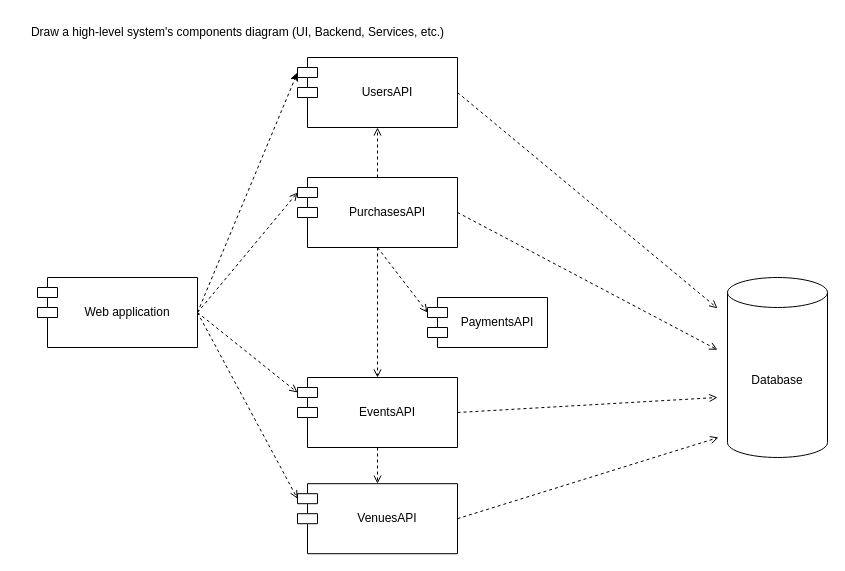
This is page "Components" (1 of 5) of docs/Diagrams.drawio from leg0ushque/ticket-management, a draw.io file, before an edit. Source tidied: cells renumbered, new cells numbered last; positions are measured from the earlier drawing's top-left corner, leaving out a move shared by most shapes. Both pictures are drawn from the tidied source at 100%, with x=0, y=0 at pixel (17, 17).
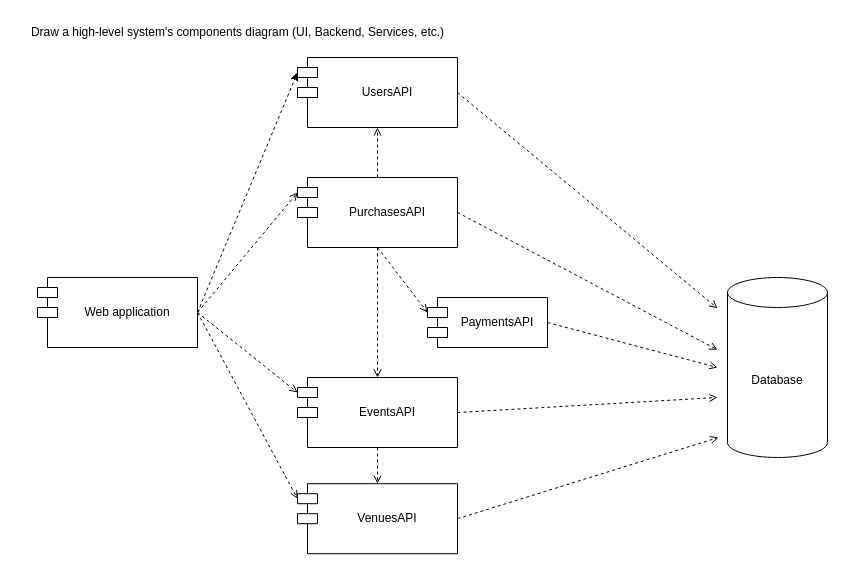
The same page after the edit.

Unchanged cells that the change refers to:
```xml
<mxCell id="15" value="PaymentsAPI" style="shape=module;align=left;spacingLeft=20;align=center;verticalAlign=middle;whiteSpace=wrap;html=1;" parent="1" vertex="1">
  <mxGeometry x="410" y="280" width="120" height="50" as="geometry" />
</mxCell>
```

Change to the diagram source:
```diff
@@
+    <mxCell id="22" style="rounded=0;jettySize=auto;html=1;exitX=1;exitY=0.5;exitDx=0;exitDy=0;dashed=1;endArrow=open;endFill=0;" parent="1" edge="1" source="15">
+      <mxGeometry relative="1" as="geometry">
+        <mxPoint x="700" y="350" as="targetPoint" />
+      </mxGeometry>
+    </mxCell>
```
